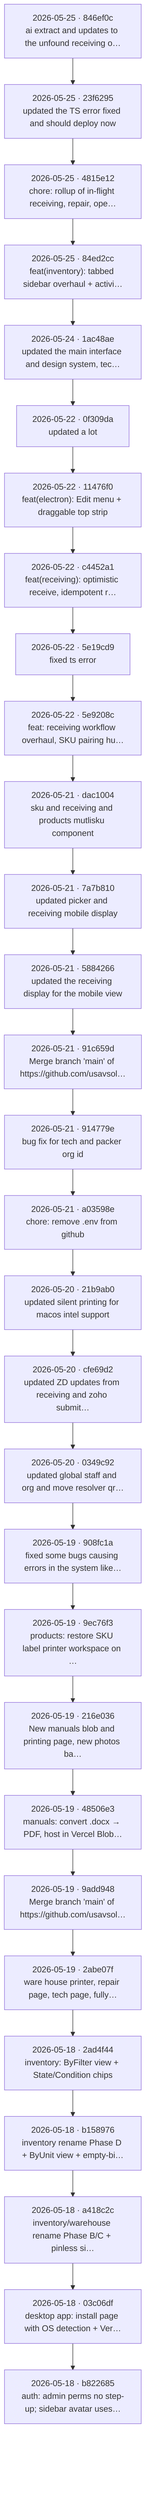
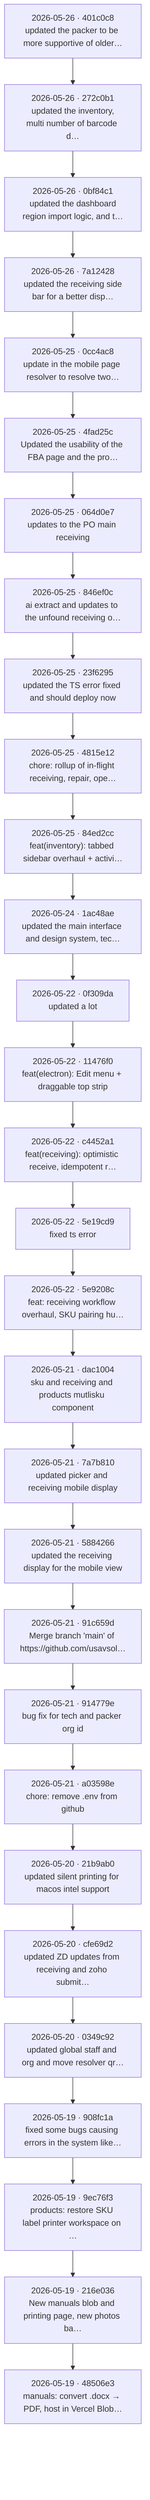
flowchart TB
-   c0["2026-05-25 · 846ef0c<br/>ai extract and updates to the unfound receiving o…"]
-   c1["2026-05-25 · 23f6295<br/>updated the TS error fixed and should deploy now"]
+   c0["2026-05-26 · 401c0c8<br/>updated the packer to be more supportive of older…"]
+   c1["2026-05-26 · 272c0b1<br/> updated the inventory, multi number of barcode d…"]
  c0 --> c1
-   c2["2026-05-25 · 4815e12<br/>chore: rollup of in-flight receiving, repair, ope…"]
+   c2["2026-05-26 · 0bf84c1<br/> updated the dashboard region import logic, and t…"]
  c1 --> c2
-   c3["2026-05-25 · 84ed2cc<br/>feat(inventory): tabbed sidebar overhaul + activi…"]
+   c3["2026-05-26 · 7a12428<br/> updated the receiving side bar for a better disp…"]
  c2 --> c3
-   c4["2026-05-24 · 1ac48ae<br/>updated the main interface and design system, tec…"]
+   c4["2026-05-25 · 0cc4ac8<br/>update in the mobile page resolver to resolve two…"]
  c3 --> c4
-   c5["2026-05-22 · 0f309da<br/>updated a lot"]
+   c5["2026-05-25 · 4fad25c<br/>Updated the usability of the FBA page and the pro…"]
  c4 --> c5
-   c6["2026-05-22 · 11476f0<br/>feat(electron): Edit menu + draggable top strip"]
+   c6["2026-05-25 · 064d0e7<br/>updates to the PO main receiving"]
  c5 --> c6
-   c7["2026-05-22 · c4452a1<br/>feat(receiving): optimistic receive, idempotent r…"]
+   c7["2026-05-25 · 846ef0c<br/>ai extract and updates to the unfound receiving o…"]
  c6 --> c7
-   c8["2026-05-22 · 5e19cd9<br/>fixed ts error"]
+   c8["2026-05-25 · 23f6295<br/>updated the TS error fixed and should deploy now"]
  c7 --> c8
-   c9["2026-05-22 · 5e9208c<br/>feat: receiving workflow overhaul, SKU pairing hu…"]
+   c9["2026-05-25 · 4815e12<br/>chore: rollup of in-flight receiving, repair, ope…"]
  c8 --> c9
-   c10["2026-05-21 · dac1004<br/>sku and receiving and products mutlisku component"]
+   c10["2026-05-25 · 84ed2cc<br/>feat(inventory): tabbed sidebar overhaul + activi…"]
  c9 --> c10
-   c11["2026-05-21 · 7a7b810<br/>updated picker and receiving mobile display"]
+   c11["2026-05-24 · 1ac48ae<br/>updated the main interface and design system, tec…"]
  c10 --> c11
-   c12["2026-05-21 · 5884266<br/>updated the receiving display for the mobile view"]
+   c12["2026-05-22 · 0f309da<br/>updated a lot"]
  c11 --> c12
-   c13["2026-05-21 · 91c659d<br/>Merge branch 'main' of https://github.com/usavsol…"]
+   c13["2026-05-22 · 11476f0<br/>feat(electron): Edit menu + draggable top strip"]
  c12 --> c13
-   c14["2026-05-21 · 914779e<br/>bug fix for tech and packer org id"]
+   c14["2026-05-22 · c4452a1<br/>feat(receiving): optimistic receive, idempotent r…"]
  c13 --> c14
-   c15["2026-05-21 · a03598e<br/>chore: remove .env from github"]
+   c15["2026-05-22 · 5e19cd9<br/>fixed ts error"]
  c14 --> c15
-   c16["2026-05-20 · 21b9ab0<br/>updated silent printing for macos intel support"]
+   c16["2026-05-22 · 5e9208c<br/>feat: receiving workflow overhaul, SKU pairing hu…"]
  c15 --> c16
-   c17["2026-05-20 · cfe69d2<br/>updated ZD updates from receiving and zoho submit…"]
+   c17["2026-05-21 · dac1004<br/>sku and receiving and products mutlisku component"]
  c16 --> c17
-   c18["2026-05-20 · 0349c92<br/>updated global staff and org and move resolver qr…"]
+   c18["2026-05-21 · 7a7b810<br/>updated picker and receiving mobile display"]
  c17 --> c18
-   c19["2026-05-19 · 908fc1a<br/>fixed some bugs causing errors in the system like…"]
+   c19["2026-05-21 · 5884266<br/>updated the receiving display for the mobile view"]
  c18 --> c19
-   c20["2026-05-19 · 9ec76f3<br/>products: restore SKU label printer workspace on …"]
+   c20["2026-05-21 · 91c659d<br/>Merge branch 'main' of https://github.com/usavsol…"]
  c19 --> c20
-   c21["2026-05-19 · 216e036<br/>New manuals blob and printing page, new photos ba…"]
+   c21["2026-05-21 · 914779e<br/>bug fix for tech and packer org id"]
  c20 --> c21
-   c22["2026-05-19 · 48506e3<br/>manuals: convert .docx → PDF, host in Vercel Blob…"]
+   c22["2026-05-21 · a03598e<br/>chore: remove .env from github"]
  c21 --> c22
-   c23["2026-05-19 · 9add948<br/>Merge branch 'main' of https://github.com/usavsol…"]
+   c23["2026-05-20 · 21b9ab0<br/>updated silent printing for macos intel support"]
  c22 --> c23
-   c24["2026-05-19 · 2abe07f<br/>ware house printer, repair page, tech page, fully…"]
+   c24["2026-05-20 · cfe69d2<br/>updated ZD updates from receiving and zoho submit…"]
  c23 --> c24
-   c25["2026-05-18 · 2ad4f44<br/>inventory: ByFilter view + State/Condition chips"]
+   c25["2026-05-20 · 0349c92<br/>updated global staff and org and move resolver qr…"]
  c24 --> c25
-   c26["2026-05-18 · b158976<br/>inventory rename Phase D + ByUnit view + empty-bi…"]
+   c26["2026-05-19 · 908fc1a<br/>fixed some bugs causing errors in the system like…"]
  c25 --> c26
-   c27["2026-05-18 · a418c2c<br/>inventory/warehouse rename Phase B/C + pinless si…"]
+   c27["2026-05-19 · 9ec76f3<br/>products: restore SKU label printer workspace on …"]
  c26 --> c27
-   c28["2026-05-18 · 03c06df<br/>desktop app: install page with OS detection + Ver…"]
+   c28["2026-05-19 · 216e036<br/>New manuals blob and printing page, new photos ba…"]
  c27 --> c28
-   c29["2026-05-18 · b822685<br/>auth: admin perms no step-up; sidebar avatar uses…"]
+   c29["2026-05-19 · 48506e3<br/>manuals: convert .docx → PDF, host in Vercel Blob…"]
  c28 --> c29